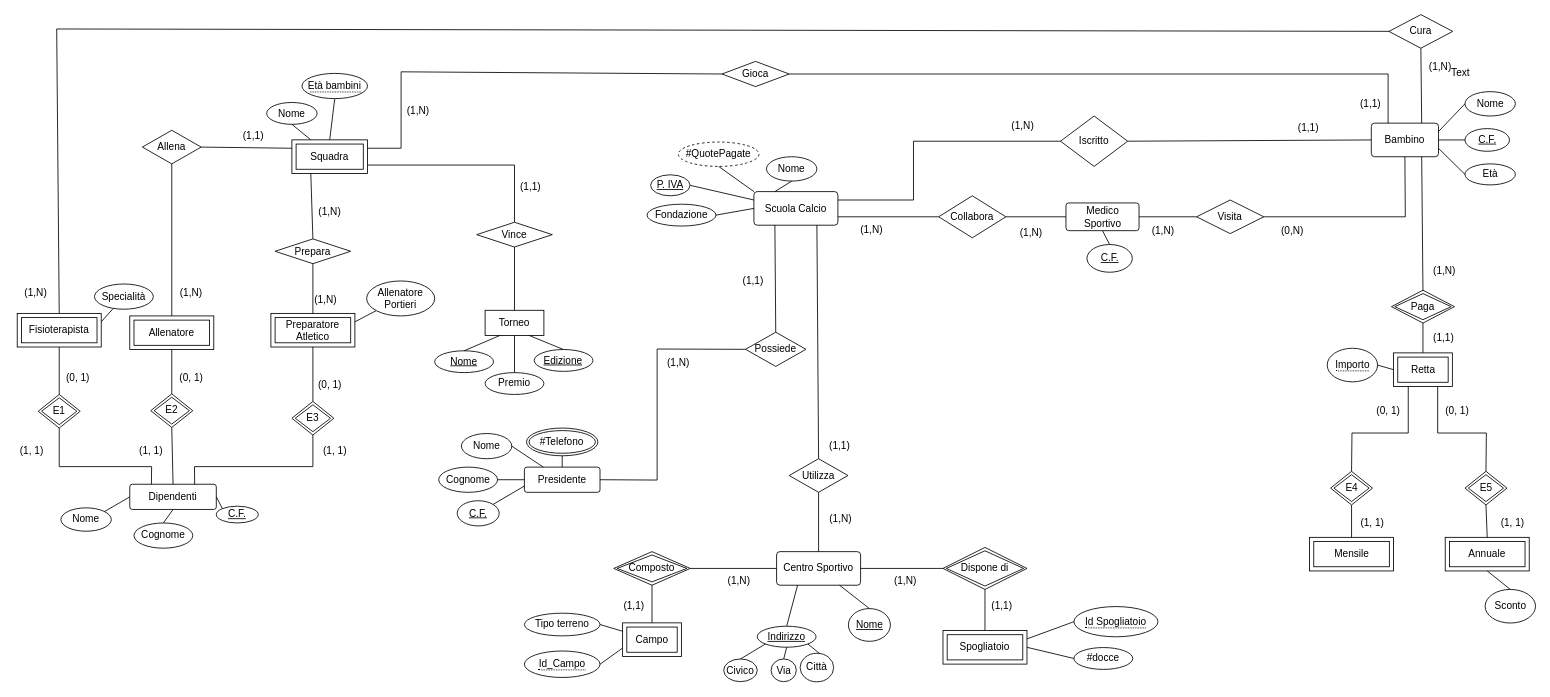
Earlier version of the draw.io diagram modelli/BD-ER-RISTRUTTURATO.drawio (YantCaccia/Progetto-Basi-di-Dati). Source tidied: cells renumbered, new cells numbered last; positions are measured from the earlier drawing's top-left corner, leaving out a move shared by most shapes. Both pictures are drawn from the tidied source at 84%, with x=0, y=0 at pixel (14, 14).
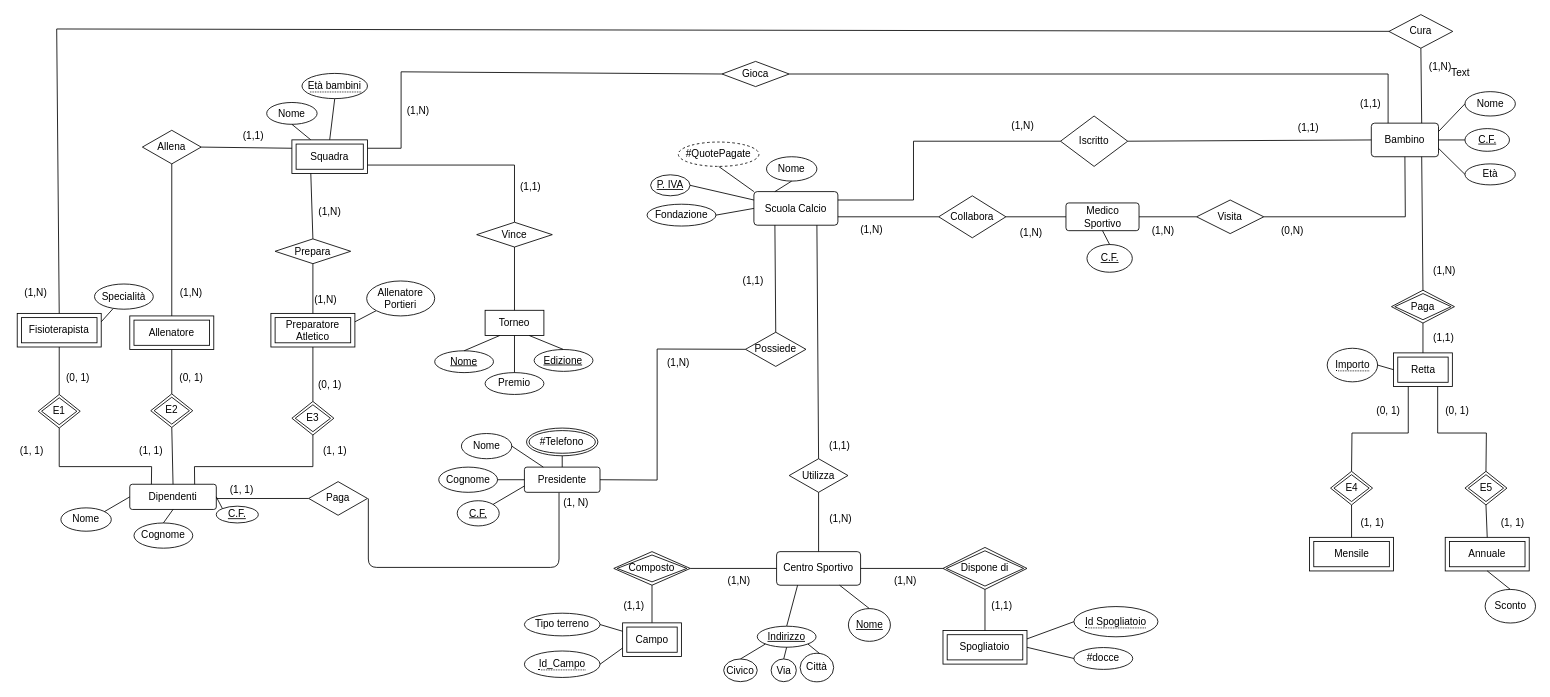
The same diagram, later.

What changed in the source:
```diff
@@
+    <mxCell id="174" style="endArrow=none;html=1;fontFamily=Helvetica;fontSize=11;fontColor=#000000;align=center;strokeColor=#000000;entryX=0;entryY=0.5;entryDx=0;entryDy=0;" parent="1" edge="1" target="175">
+      <mxGeometry relative="1" as="geometry">
+        <mxPoint x="240" y="576" as="sourcePoint" />
+      </mxGeometry>
+    </mxCell>
@@
+    <mxCell id="175" value="Paga" style="shape=rhombus;perimeter=rhombusPerimeter;whiteSpace=wrap;html=1;align=center;" parent="1" vertex="1">
+      <mxGeometry x="350" y="555.9" width="70" height="40" as="geometry" />
+    </mxCell>
+    <mxCell id="176" style="endArrow=none;html=1;fontFamily=Helvetica;fontSize=11;fontColor=#000000;align=center;strokeColor=#000000;edgeStyle=elbowEdgeStyle;exitX=1;exitY=0.5;exitDx=0;exitDy=0;elbow=vertical;entryX=0.451;entryY=1.003;entryDx=0;entryDy=0;entryPerimeter=0;" parent="1" edge="1">
+      <mxGeometry relative="1" as="geometry">
+        <mxPoint x="421" y="576" as="sourcePoint" />
+        <mxPoint x="648" y="569" as="targetPoint" />
+        <Array as="points">
+          <mxPoint x="541" y="658" />
+        </Array>
+      </mxGeometry>
+    </mxCell>
+    <mxCell id="177" value="(1, 1)" style="text;html=1;align=center;verticalAlign=middle;" parent="1" vertex="1">
+      <mxGeometry x="250" y="555.9" width="40" height="20" as="geometry" />
+    </mxCell>
+    <mxCell id="178" value="(1, N)" style="text;html=1;align=center;verticalAlign=middle;" parent="1" vertex="1">
+      <mxGeometry x="643.4" y="571" width="50" height="20" as="geometry" />
+    </mxCell>
```
